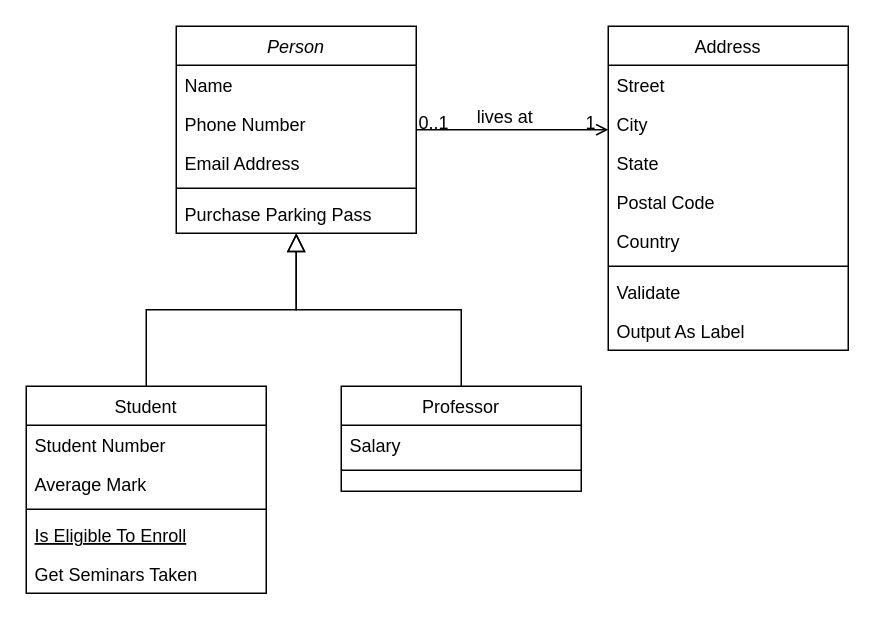
This is Допзадание модуля 12.drawio from pytonuserouner/UML_study, a draw.io file, before an edit. Source tidied: cells renumbered, new cells numbered last; positions are measured from the earlier drawing's top-left corner, leaving out a move shared by most shapes. Both pictures are drawn from the tidied source at 150%, with x=0, y=0 at pixel (26, 26).
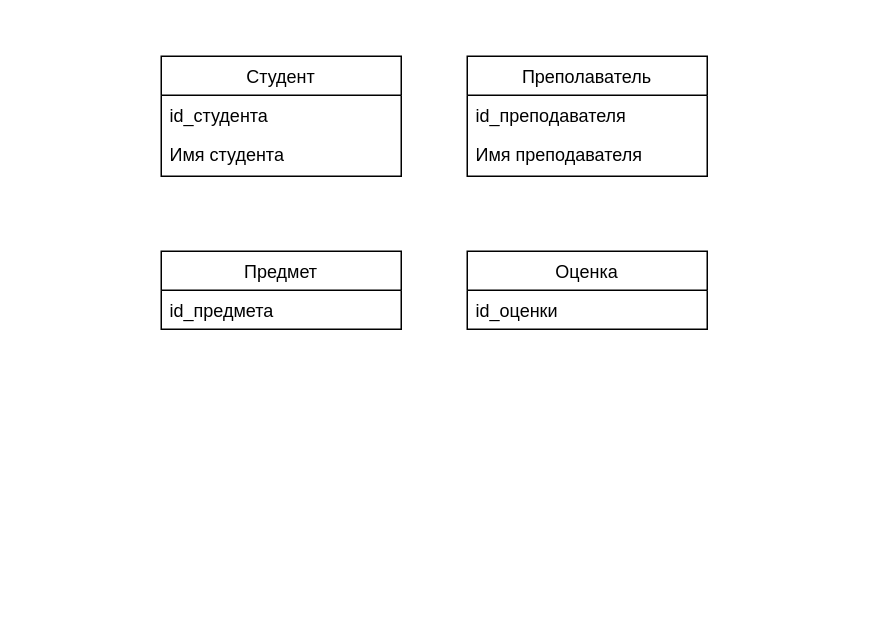
The same diagram, later.

The edit, as a diff of the source:
```diff
@@
-    <mxCell id="2" value="Person" style="swimlane;fontStyle=2;align=center;verticalAlign=top;horizontal=1;startSize=26;rounded=0;shadow=0;strokeWidth=1;" parent="1" vertex="1">
-      <mxGeometry x="100" width="160" height="138" as="geometry" />
+    <mxCell id="2" value="Студент" style="swimlane;fontStyle=0;align=center;verticalAlign=top;horizontal=1;startSize=26;rounded=0;shadow=0;strokeWidth=1;" parent="1" vertex="1">
+      <mxGeometry x="90" y="20" width="160" height="80" as="geometry" />
     </mxCell>
-    <mxCell id="3" value="Name" style="text;align=left;verticalAlign=top;spacingLeft=4;spacingRight=4;overflow=hidden;" parent="2" vertex="1">
+    <mxCell id="3" value="id_студента" style="text;align=left;verticalAlign=top;spacingLeft=4;spacingRight=4;overflow=hidden;" parent="2" vertex="1">
       <mxGeometry y="26" width="160" height="26" as="geometry" />
     </mxCell>
-    <mxCell id="4" value="Phone Number" style="text;align=left;verticalAlign=top;spacingLeft=4;spacingRight=4;overflow=hidden;rounded=0;shadow=0;html=0;" parent="2" vertex="1">
+    <mxCell id="4" value="Имя студента" style="text;align=left;verticalAlign=top;spacingLeft=4;spacingRight=4;overflow=hidden;rounded=0;shadow=0;html=0;" parent="2" vertex="1">
       <mxGeometry y="52" width="160" height="26" as="geometry" />
     </mxCell>
-    <mxCell id="5" value="Email Address" style="text;align=left;verticalAlign=top;spacingLeft=4;spacingRight=4;overflow=hidden;rounded=0;shadow=0;html=0;" parent="2" vertex="1">
-      <mxGeometry y="78" width="160" height="26" as="geometry" />
-    </mxCell>
-    <mxCell id="6" style="line;html=1;strokeWidth=1;align=left;verticalAlign=middle;spacingTop=-1;spacingLeft=3;spacingRight=3;labelPosition=right;" parent="2" vertex="1">
-      <mxGeometry y="104" width="160" height="8" as="geometry" />
-    </mxCell>
-    <mxCell id="7" value="Purchase Parking Pass" style="text;align=left;verticalAlign=top;spacingLeft=4;spacingRight=4;overflow=hidden;" parent="2" vertex="1">
-      <mxGeometry y="112" width="160" height="26" as="geometry" />
-    </mxCell>
-    <mxCell id="8" value="Student" style="swimlane;fontStyle=0;align=center;verticalAlign=top;horizontal=1;startSize=26;rounded=0;shadow=0;strokeWidth=1;" parent="1" vertex="1">
-      <mxGeometry y="240" width="160" height="138" as="geometry" />
-    </mxCell>
-    <mxCell id="9" value="Student Number" style="text;align=left;verticalAlign=top;spacingLeft=4;spacingRight=4;overflow=hidden;" parent="8" vertex="1">
-      <mxGeometry y="26" width="160" height="26" as="geometry" />
-    </mxCell>
-    <mxCell id="10" value="Average Mark" style="text;align=left;verticalAlign=top;spacingLeft=4;spacingRight=4;overflow=hidden;rounded=0;shadow=0;html=0;" parent="8" vertex="1">
-      <mxGeometry y="52" width="160" height="26" as="geometry" />
-    </mxCell>
-    <mxCell id="11" style="line;html=1;strokeWidth=1;align=left;verticalAlign=middle;spacingTop=-1;spacingLeft=3;spacingRight=3;labelPosition=right;" parent="8" vertex="1">
-      <mxGeometry y="78" width="160" height="8" as="geometry" />
-    </mxCell>
-    <mxCell id="12" value="Is Eligible To Enroll" style="text;align=left;verticalAlign=top;spacingLeft=4;spacingRight=4;overflow=hidden;fontStyle=4;" parent="8" vertex="1">
-      <mxGeometry y="86" width="160" height="26" as="geometry" />
-    </mxCell>
-    <mxCell id="13" value="Get Seminars Taken" style="text;align=left;verticalAlign=top;spacingLeft=4;spacingRight=4;overflow=hidden;" parent="8" vertex="1">
-      <mxGeometry y="112" width="160" height="26" as="geometry" />
-    </mxCell>
-    <mxCell id="14" style="endArrow=block;endSize=10;endFill=0;shadow=0;strokeWidth=1;rounded=0;curved=0;edgeStyle=elbowEdgeStyle;elbow=vertical;" parent="1" edge="1" source="8" target="2">
-      <mxGeometry relative="1" as="geometry" />
-    </mxCell>
-    <mxCell id="15" value="Professor" style="swimlane;fontStyle=0;align=center;verticalAlign=top;horizontal=1;startSize=26;rounded=0;shadow=0;strokeWidth=1;" parent="1" vertex="1">
-      <mxGeometry x="210" y="240" width="160" height="70" as="geometry" />
-    </mxCell>
-    <mxCell id="16" value="Salary" style="text;align=left;verticalAlign=top;spacingLeft=4;spacingRight=4;overflow=hidden;" parent="15" vertex="1">
-      <mxGeometry y="26" width="160" height="26" as="geometry" />
-    </mxCell>
-    <mxCell id="17" style="line;html=1;strokeWidth=1;align=left;verticalAlign=middle;spacingTop=-1;spacingLeft=3;spacingRight=3;labelPosition=right;" parent="15" vertex="1">
-      <mxGeometry y="52" width="160" height="8" as="geometry" />
-    </mxCell>
-    <mxCell id="18" style="endArrow=block;endSize=10;endFill=0;shadow=0;strokeWidth=1;rounded=0;curved=0;edgeStyle=elbowEdgeStyle;elbow=vertical;" parent="1" edge="1" source="15" target="2">
-      <mxGeometry relative="1" as="geometry" />
-    </mxCell>
-    <mxCell id="19" value="Address" style="swimlane;fontStyle=0;align=center;verticalAlign=top;horizontal=1;startSize=26;rounded=0;shadow=0;strokeWidth=1;" parent="1" vertex="1">
-      <mxGeometry x="388" width="160" height="216" as="geometry" />
+    <mxCell id="19" value="Преполаватель" style="swimlane;fontStyle=0;align=center;verticalAlign=top;horizontal=1;startSize=26;rounded=0;shadow=0;strokeWidth=1;" parent="1" vertex="1">
+      <mxGeometry x="294" y="20" width="160" height="80" as="geometry" />
     </mxCell>
-    <mxCell id="20" value="Street" style="text;align=left;verticalAlign=top;spacingLeft=4;spacingRight=4;overflow=hidden;" parent="19" vertex="1">
+    <mxCell id="20" value="id_преподавателя" style="text;align=left;verticalAlign=top;spacingLeft=4;spacingRight=4;overflow=hidden;" parent="19" vertex="1">
       <mxGeometry y="26" width="160" height="26" as="geometry" />
     </mxCell>
-    <mxCell id="21" value="City" style="text;align=left;verticalAlign=top;spacingLeft=4;spacingRight=4;overflow=hidden;rounded=0;shadow=0;html=0;" parent="19" vertex="1">
+    <mxCell id="21" value="Имя преподавателя" style="text;align=left;verticalAlign=top;spacingLeft=4;spacingRight=4;overflow=hidden;rounded=0;shadow=0;html=0;" parent="19" vertex="1">
       <mxGeometry y="52" width="160" height="26" as="geometry" />
     </mxCell>
-    <mxCell id="22" value="State" style="text;align=left;verticalAlign=top;spacingLeft=4;spacingRight=4;overflow=hidden;rounded=0;shadow=0;html=0;" parent="19" vertex="1">
-      <mxGeometry y="78" width="160" height="26" as="geometry" />
-    </mxCell>
-    <mxCell id="23" value="Postal Code" style="text;align=left;verticalAlign=top;spacingLeft=4;spacingRight=4;overflow=hidden;rounded=0;shadow=0;html=0;" parent="19" vertex="1">
-      <mxGeometry y="104" width="160" height="26" as="geometry" />
-    </mxCell>
-    <mxCell id="24" value="Country" style="text;align=left;verticalAlign=top;spacingLeft=4;spacingRight=4;overflow=hidden;rounded=0;shadow=0;html=0;" parent="19" vertex="1">
-      <mxGeometry y="130" width="160" height="26" as="geometry" />
-    </mxCell>
-    <mxCell id="25" style="line;html=1;strokeWidth=1;align=left;verticalAlign=middle;spacingTop=-1;spacingLeft=3;spacingRight=3;labelPosition=right;" parent="19" vertex="1">
-      <mxGeometry y="156" width="160" height="8" as="geometry" />
-    </mxCell>
-    <mxCell id="26" value="Validate" style="text;align=left;verticalAlign=top;spacingLeft=4;spacingRight=4;overflow=hidden;" parent="19" vertex="1">
-      <mxGeometry y="164" width="160" height="26" as="geometry" />
-    </mxCell>
-    <mxCell id="27" value="Output As Label" style="text;align=left;verticalAlign=top;spacingLeft=4;spacingRight=4;overflow=hidden;" parent="19" vertex="1">
-      <mxGeometry y="190" width="160" height="26" as="geometry" />
-    </mxCell>
-    <mxCell id="28" style="endArrow=open;shadow=0;strokeWidth=1;rounded=0;curved=0;endFill=1;edgeStyle=elbowEdgeStyle;elbow=vertical;" parent="1" edge="1" source="2" target="19">
-      <mxGeometry x="0.5" y="41" relative="1" as="geometry">
-        <mxPoint x="-40" y="32" as="offset" />
-      </mxGeometry>
-    </mxCell>
-    <mxCell id="29" value="0..1" style="align=left;verticalAlign=bottom;labelBackgroundColor=none;fontSize=12;" parent="28" vertex="1">
-      <mxGeometry x="-1" relative="1" as="geometry">
-        <mxPoint y="4" as="offset" />
-      </mxGeometry>
-    </mxCell>
-    <mxCell id="30" value="1" style="align=right;verticalAlign=bottom;labelBackgroundColor=none;fontSize=12;" parent="28" vertex="1">
-      <mxGeometry x="1" relative="1" as="geometry">
-        <mxPoint x="-7" y="4" as="offset" />
-      </mxGeometry>
-    </mxCell>
-    <mxCell id="31" value="lives at" style="text;html=1;align=center;verticalAlign=middle;labelBackgroundColor=none;rounded=0;shadow=0;strokeWidth=1;fontSize=12;" parent="28" vertex="1">
-      <mxGeometry x="0.5" y="49" relative="1" as="geometry">
-        <mxPoint x="-38" y="40" as="offset" />
-      </mxGeometry>
-    </mxCell>
+    <mxCell id="32" value="Предмет" style="swimlane;fontStyle=0;align=center;verticalAlign=top;horizontal=1;startSize=26;rounded=0;shadow=0;strokeWidth=1;" parent="1" vertex="1">
+      <mxGeometry x="90" y="150" width="160" height="52" as="geometry" />
+    </mxCell>
+    <mxCell id="33" value="id_предмета" style="text;align=left;verticalAlign=top;spacingLeft=4;spacingRight=4;overflow=hidden;" parent="32" vertex="1">
+      <mxGeometry y="26" width="160" height="26" as="geometry" />
+    </mxCell>
+    <mxCell id="34" value="Оценка" style="swimlane;fontStyle=0;align=center;verticalAlign=top;horizontal=1;startSize=26;rounded=0;shadow=0;strokeWidth=1;" parent="1" vertex="1">
+      <mxGeometry x="294" y="150" width="160" height="52" as="geometry" />
+    </mxCell>
+    <mxCell id="35" value="id_оценки" style="text;align=left;verticalAlign=top;spacingLeft=4;spacingRight=4;overflow=hidden;" parent="34" vertex="1">
+      <mxGeometry y="26" width="160" height="26" as="geometry" />
+    </mxCell>
```
